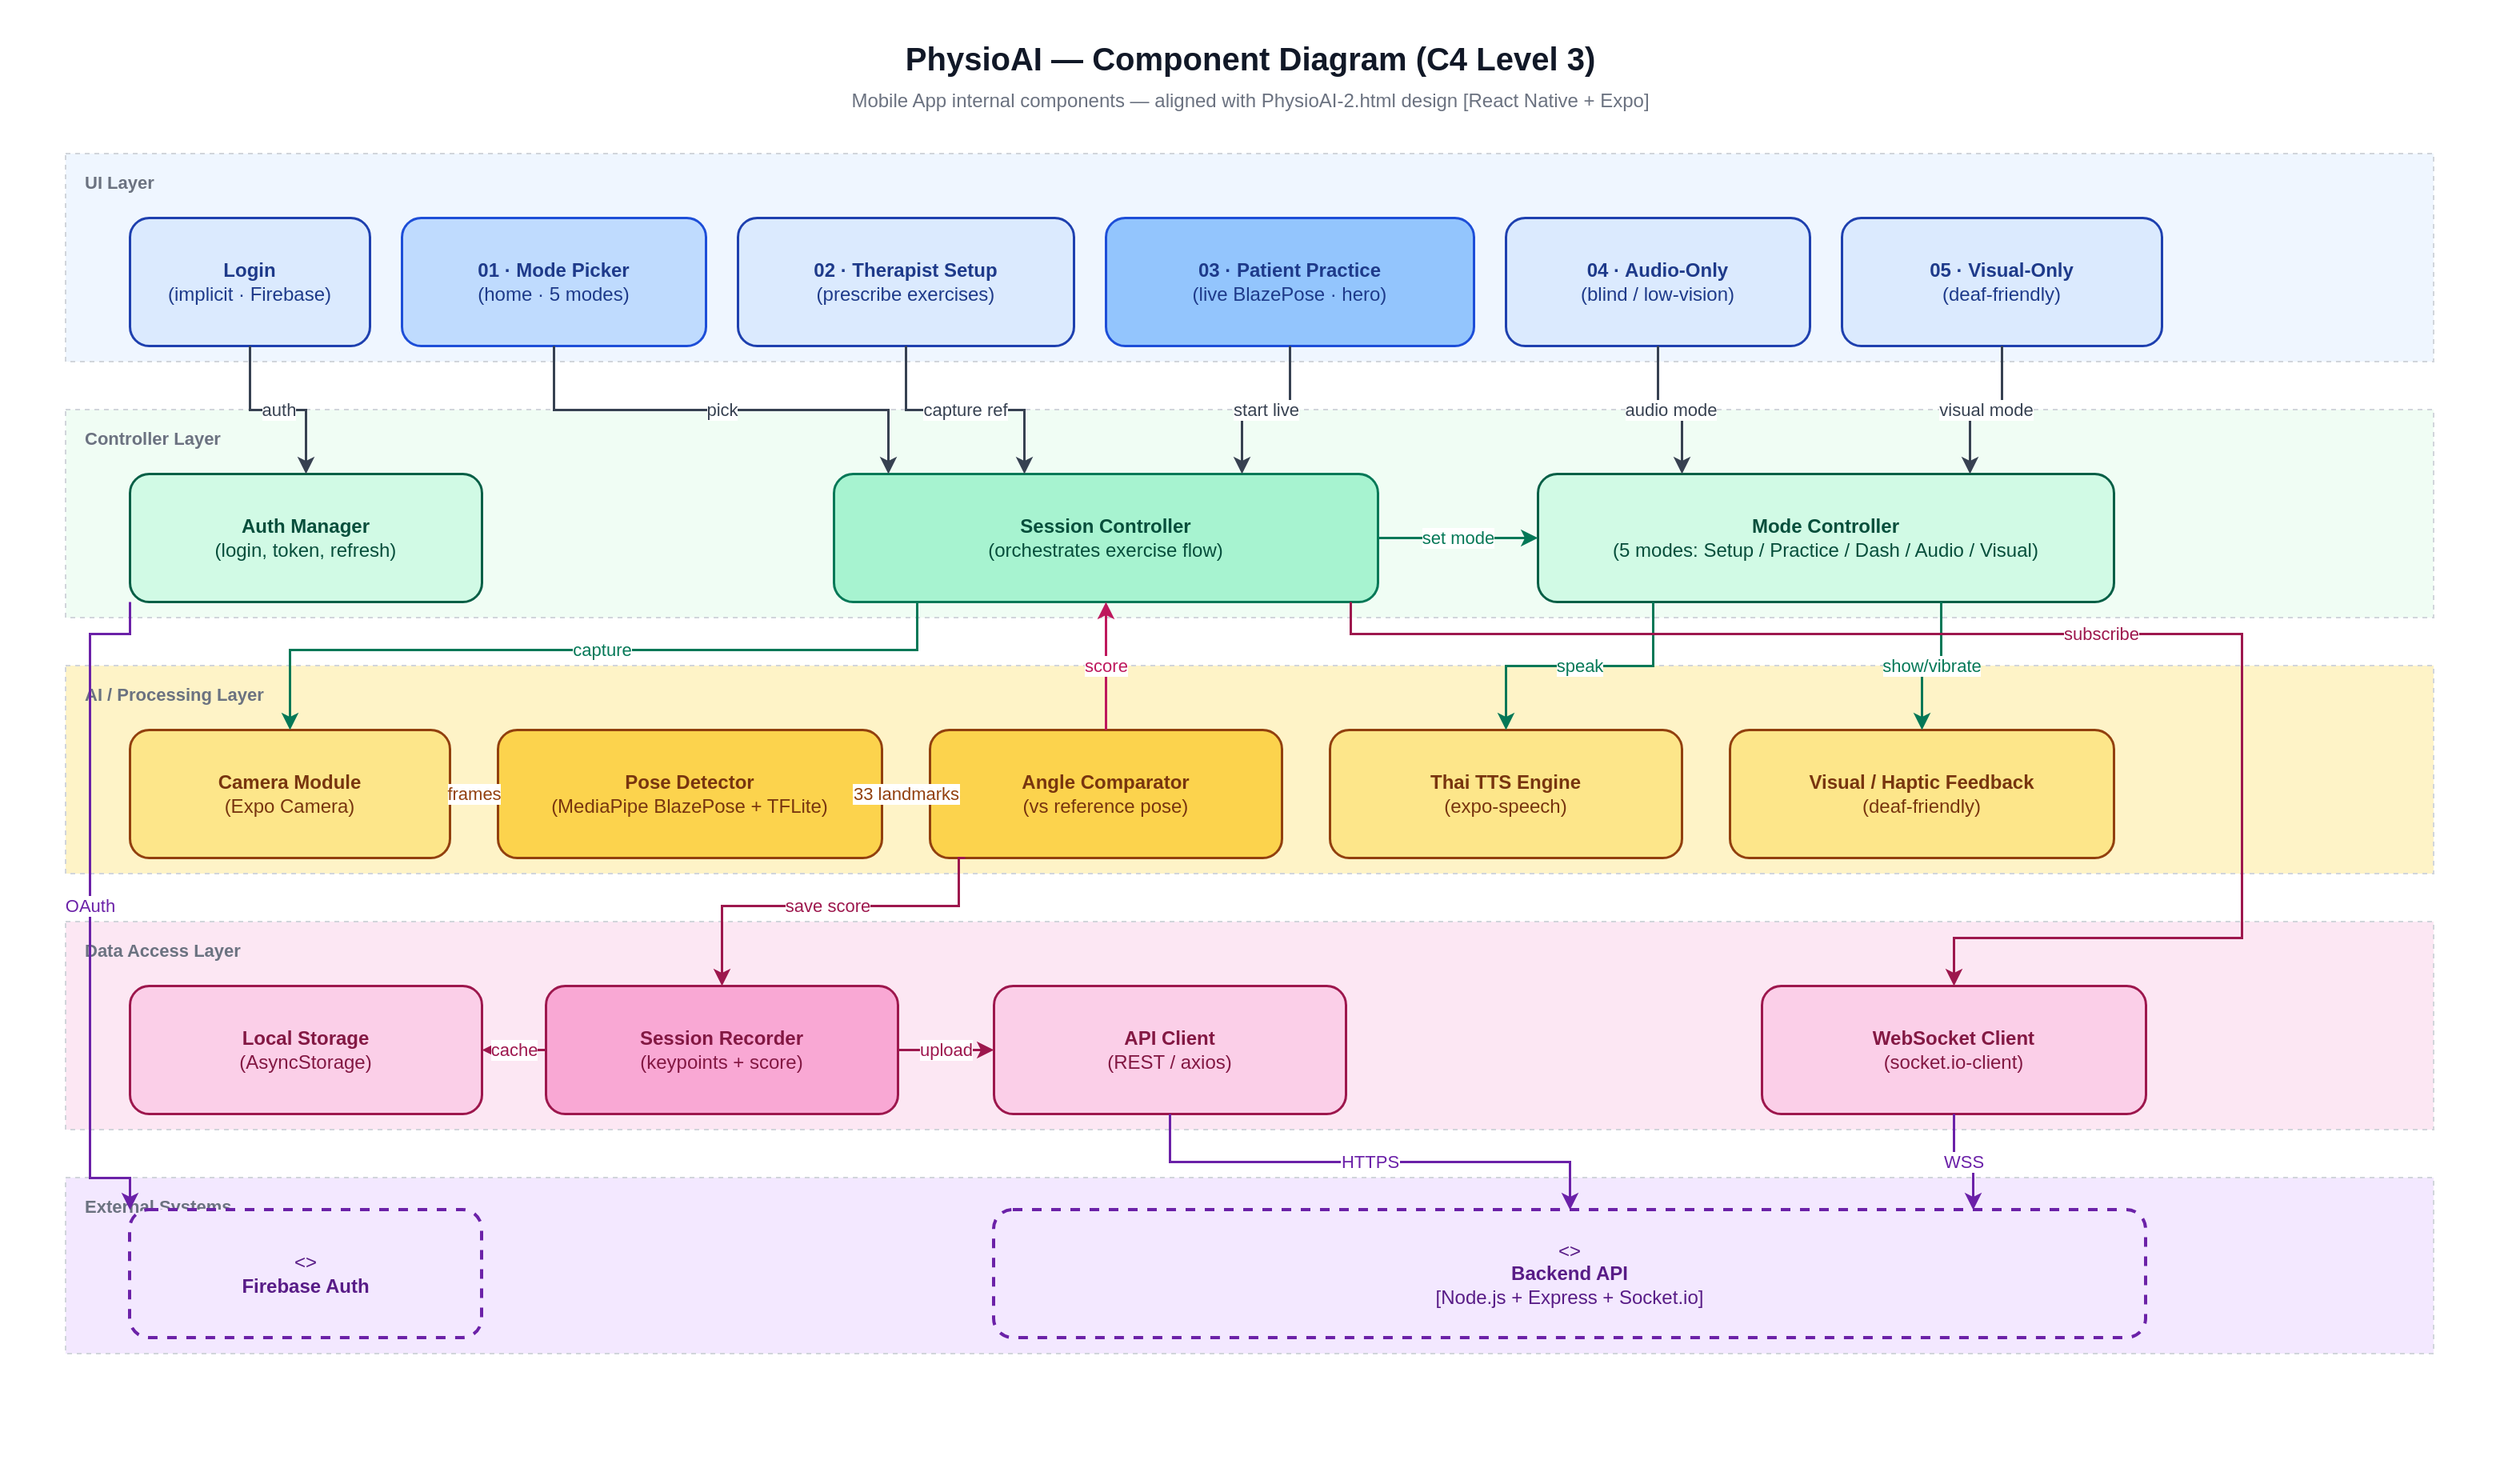
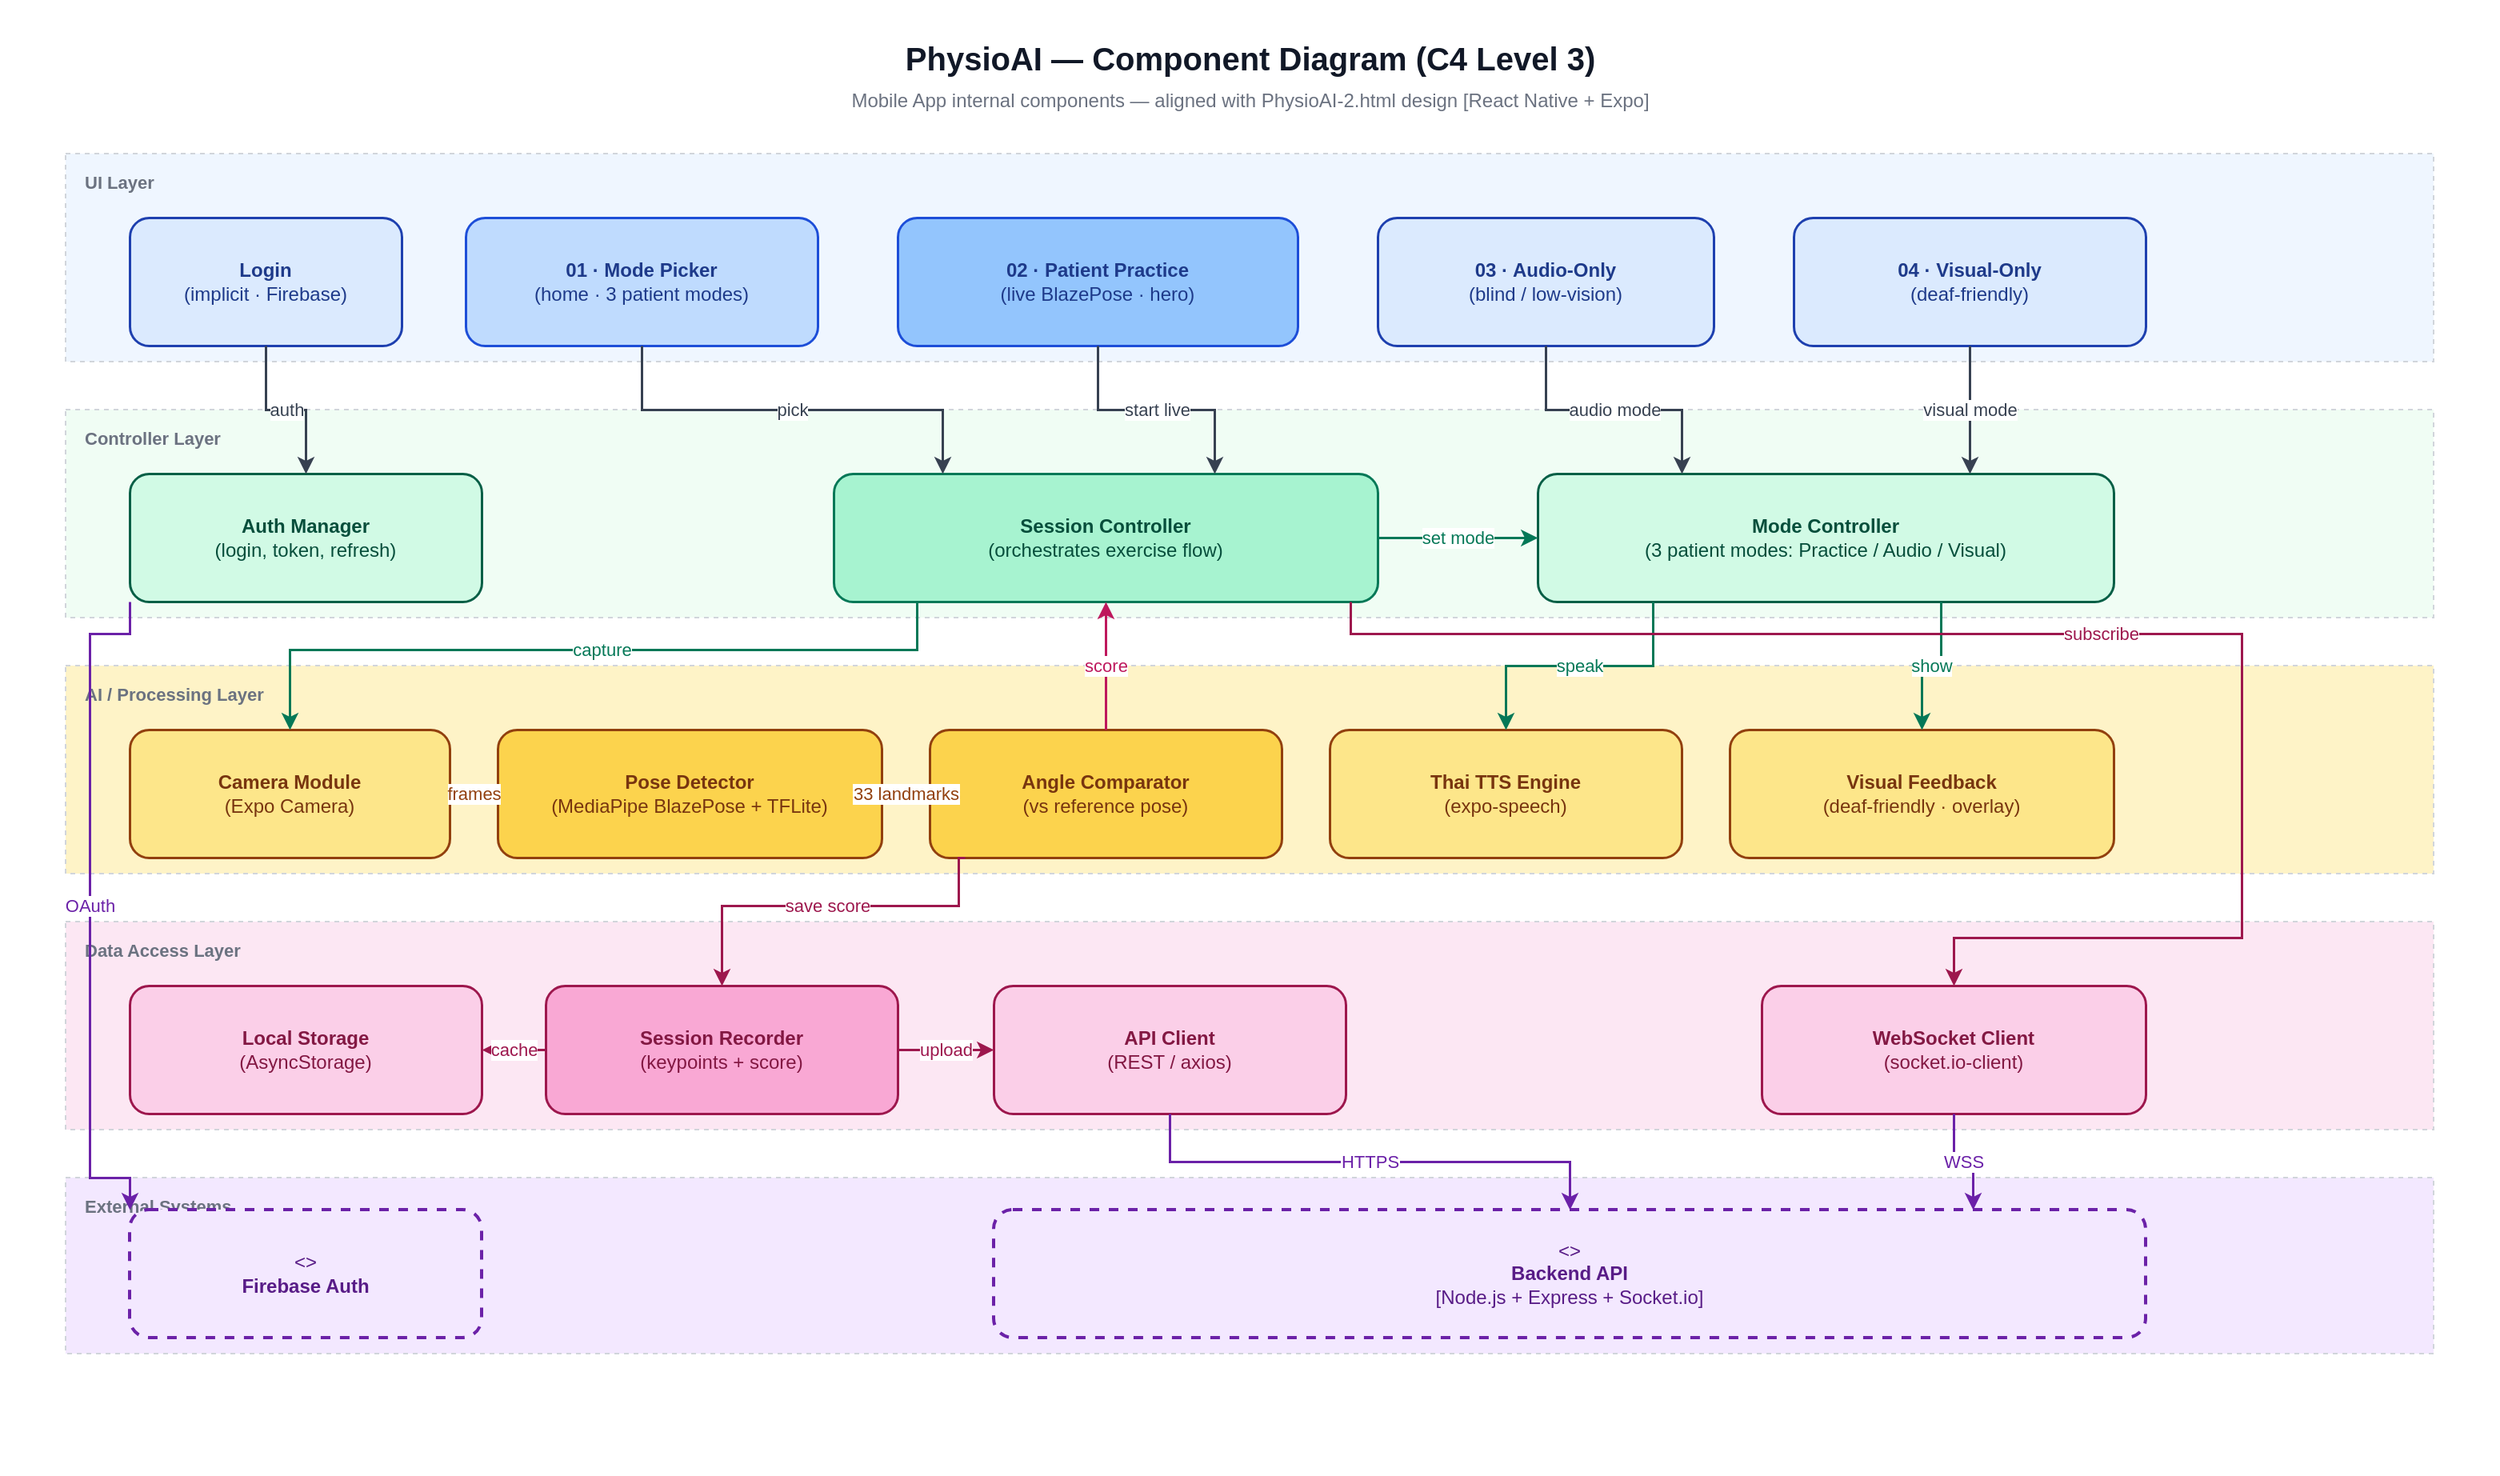
<?xml version="1.0" encoding="UTF-8"?>
<mxfile host="app.diagrams.net" modified="2026-04-20T00:00:00Z" agent="PhysioAI" version="22.0.0">
  <diagram id="PhysioAI-Component-MobileApp" name="PhysioAI-Component-MobileApp">
    <mxGraphModel dx="1560" dy="920" grid="1" gridSize="10" guides="1" tooltips="1" connect="1" arrows="1" fold="1" page="1" pageScale="1" pageWidth="1560" pageHeight="920" math="0" shadow="0" background="#FFFFFF">
      <root>
        <mxCell id="0" />
        <mxCell id="1" parent="0" />
        <mxCell id="2" value="" style="rounded=0;whiteSpace=wrap;html=1;fillColor=#FFFFFF;strokeColor=#FFFFFF;" vertex="1" parent="1">
          <mxGeometry x="0" y="0" width="1560" height="920" as="geometry" />
        </mxCell>
        <mxCell id="3" value="PhysioAI — Component Diagram (C4 Level 3)" style="text;html=1;strokeColor=none;fillColor=none;align=center;verticalAlign=middle;fontSize=20;fontStyle=1;fontColor=#111827;" vertex="1" parent="1">
          <mxGeometry x="180" y="20" width="1200" height="30" as="geometry" />
        </mxCell>
        <mxCell id="4" value="Mobile App internal components — aligned with PhysioAI-2.html design [React Native + Expo]" style="text;html=1;strokeColor=none;fillColor=none;align=center;verticalAlign=middle;fontSize=12;fontColor=#6B7280;" vertex="1" parent="1">
          <mxGeometry x="180" y="52" width="1200" height="20" as="geometry" />
        </mxCell>
        <mxCell id="5" value="UI Layer" style="rounded=0;whiteSpace=wrap;html=1;fillColor=#EFF6FF;strokeColor=#D1D5DB;strokeWidth=1;dashed=1;fontSize=11;fontStyle=1;fontColor=#6B7280;align=left;verticalAlign=top;spacingLeft=10;spacingTop=5;" vertex="1" parent="1">
          <mxGeometry x="40" y="95" width="1480" height="130" as="geometry" />
        </mxCell>
        <mxCell id="6" value="Controller Layer" style="rounded=0;whiteSpace=wrap;html=1;fillColor=#F0FDF4;strokeColor=#D1D5DB;strokeWidth=1;dashed=1;fontSize=11;fontStyle=1;fontColor=#6B7280;align=left;verticalAlign=top;spacingLeft=10;spacingTop=5;" vertex="1" parent="1">
          <mxGeometry x="40" y="255" width="1480" height="130" as="geometry" />
        </mxCell>
        <mxCell id="7" value="AI / Processing Layer" style="rounded=0;whiteSpace=wrap;html=1;fillColor=#FEF3C7;strokeColor=#D1D5DB;strokeWidth=1;dashed=1;fontSize=11;fontStyle=1;fontColor=#6B7280;align=left;verticalAlign=top;spacingLeft=10;spacingTop=5;" vertex="1" parent="1">
          <mxGeometry x="40" y="415" width="1480" height="130" as="geometry" />
        </mxCell>
        <mxCell id="8" value="Data Access Layer" style="rounded=0;whiteSpace=wrap;html=1;fillColor=#FCE7F3;strokeColor=#D1D5DB;strokeWidth=1;dashed=1;fontSize=11;fontStyle=1;fontColor=#6B7280;align=left;verticalAlign=top;spacingLeft=10;spacingTop=5;" vertex="1" parent="1">
          <mxGeometry x="40" y="575" width="1480" height="130" as="geometry" />
        </mxCell>
        <mxCell id="9" value="External Systems" style="rounded=0;whiteSpace=wrap;html=1;fillColor=#F3E8FF;strokeColor=#D1D5DB;strokeWidth=1;dashed=1;fontSize=11;fontStyle=1;fontColor=#6B7280;align=left;verticalAlign=top;spacingLeft=10;spacingTop=5;" vertex="1" parent="1">
          <mxGeometry x="40" y="735" width="1480" height="110" as="geometry" />
        </mxCell>
        <mxCell id="10" value="&lt;b&gt;Login&lt;/b&gt;&lt;br&gt;(implicit · Firebase)" style="rounded=1;whiteSpace=wrap;html=1;fillColor=#DBEAFE;strokeColor=#1E40AF;strokeWidth=1.5;fontSize=12;fontColor=#1E3A8A;align=center;verticalAlign=middle;" vertex="1" parent="1">
-           <mxGeometry x="80" y="135" width="150" height="80" as="geometry" />
+           <mxGeometry x="80" y="135" width="170" height="80" as="geometry" />
        </mxCell>
-         <mxCell id="11" value="&lt;b&gt;01 · Mode Picker&lt;/b&gt;&lt;br&gt;(home · 5 modes)" style="rounded=1;whiteSpace=wrap;html=1;fillColor=#BFDBFE;strokeColor=#1D4ED8;strokeWidth=1.5;fontSize=12;fontColor=#1E3A8A;align=center;verticalAlign=middle;" vertex="1" parent="1">
-           <mxGeometry x="250" y="135" width="190" height="80" as="geometry" />
+         <mxCell id="11" value="&lt;b&gt;01 · Mode Picker&lt;/b&gt;&lt;br&gt;(home · 3 patient modes)" style="rounded=1;whiteSpace=wrap;html=1;fillColor=#BFDBFE;strokeColor=#1D4ED8;strokeWidth=1.5;fontSize=12;fontColor=#1E3A8A;align=center;verticalAlign=middle;" vertex="1" parent="1">
+           <mxGeometry x="290" y="135" width="220" height="80" as="geometry" />
        </mxCell>
-         <mxCell id="12" value="&lt;b&gt;02 · Therapist Setup&lt;/b&gt;&lt;br&gt;(prescribe exercises)" style="rounded=1;whiteSpace=wrap;html=1;fillColor=#DBEAFE;strokeColor=#1E40AF;strokeWidth=1.5;fontSize=12;fontColor=#1E3A8A;align=center;verticalAlign=middle;" vertex="1" parent="1">
-           <mxGeometry x="460" y="135" width="210" height="80" as="geometry" />
+         <mxCell id="12" value="&lt;b&gt;02 · Patient Practice&lt;/b&gt;&lt;br&gt;(live BlazePose · hero)" style="rounded=1;whiteSpace=wrap;html=1;fillColor=#93C5FD;strokeColor=#1D4ED8;strokeWidth=1.5;fontSize=12;fontColor=#1E3A8A;align=center;verticalAlign=middle;" vertex="1" parent="1">
+           <mxGeometry x="560" y="135" width="250" height="80" as="geometry" />
        </mxCell>
-         <mxCell id="13" value="&lt;b&gt;03 · Patient Practice&lt;/b&gt;&lt;br&gt;(live BlazePose · hero)" style="rounded=1;whiteSpace=wrap;html=1;fillColor=#93C5FD;strokeColor=#1D4ED8;strokeWidth=1.5;fontSize=12;fontColor=#1E3A8A;align=center;verticalAlign=middle;" vertex="1" parent="1">
-           <mxGeometry x="690" y="135" width="230" height="80" as="geometry" />
+         <mxCell id="13" value="&lt;b&gt;03 · Audio-Only&lt;/b&gt;&lt;br&gt;(blind / low-vision)" style="rounded=1;whiteSpace=wrap;html=1;fillColor=#DBEAFE;strokeColor=#1E40AF;strokeWidth=1.5;fontSize=12;fontColor=#1E3A8A;align=center;verticalAlign=middle;" vertex="1" parent="1">
+           <mxGeometry x="860" y="135" width="210" height="80" as="geometry" />
        </mxCell>
-         <mxCell id="14" value="&lt;b&gt;04 · Audio-Only&lt;/b&gt;&lt;br&gt;(blind / low-vision)" style="rounded=1;whiteSpace=wrap;html=1;fillColor=#DBEAFE;strokeColor=#1E40AF;strokeWidth=1.5;fontSize=12;fontColor=#1E3A8A;align=center;verticalAlign=middle;" vertex="1" parent="1">
-           <mxGeometry x="940" y="135" width="190" height="80" as="geometry" />
+         <mxCell id="14" value="&lt;b&gt;04 · Visual-Only&lt;/b&gt;&lt;br&gt;(deaf-friendly)" style="rounded=1;whiteSpace=wrap;html=1;fillColor=#DBEAFE;strokeColor=#1E40AF;strokeWidth=1.5;fontSize=12;fontColor=#1E3A8A;align=center;verticalAlign=middle;" vertex="1" parent="1">
+           <mxGeometry x="1120" y="135" width="220" height="80" as="geometry" />
        </mxCell>
-         <mxCell id="15" value="&lt;b&gt;05 · Visual-Only&lt;/b&gt;&lt;br&gt;(deaf-friendly)" style="rounded=1;whiteSpace=wrap;html=1;fillColor=#DBEAFE;strokeColor=#1E40AF;strokeWidth=1.5;fontSize=12;fontColor=#1E3A8A;align=center;verticalAlign=middle;" vertex="1" parent="1">
-           <mxGeometry x="1150" y="135" width="200" height="80" as="geometry" />
-         </mxCell>
-         <mxCell id="16" value="&lt;b&gt;Auth Manager&lt;/b&gt;&lt;br&gt;(login, token, refresh)" style="rounded=1;whiteSpace=wrap;html=1;fillColor=#D1FAE5;strokeColor=#065F46;strokeWidth=1.5;fontSize=12;fontColor=#064E3B;align=center;verticalAlign=middle;" vertex="1" parent="1">
+         <mxCell id="15" value="&lt;b&gt;Auth Manager&lt;/b&gt;&lt;br&gt;(login, token, refresh)" style="rounded=1;whiteSpace=wrap;html=1;fillColor=#D1FAE5;strokeColor=#065F46;strokeWidth=1.5;fontSize=12;fontColor=#064E3B;align=center;verticalAlign=middle;" vertex="1" parent="1">
          <mxGeometry x="80" y="295" width="220" height="80" as="geometry" />
        </mxCell>
-         <mxCell id="17" value="&lt;b&gt;Session Controller&lt;/b&gt;&lt;br&gt;(orchestrates exercise flow)" style="rounded=1;whiteSpace=wrap;html=1;fillColor=#A7F3D0;strokeColor=#047857;strokeWidth=1.5;fontSize=12;fontColor=#064E3B;align=center;verticalAlign=middle;" vertex="1" parent="1">
+         <mxCell id="16" value="&lt;b&gt;Session Controller&lt;/b&gt;&lt;br&gt;(orchestrates exercise flow)" style="rounded=1;whiteSpace=wrap;html=1;fillColor=#A7F3D0;strokeColor=#047857;strokeWidth=1.5;fontSize=12;fontColor=#064E3B;align=center;verticalAlign=middle;" vertex="1" parent="1">
          <mxGeometry x="520" y="295" width="340" height="80" as="geometry" />
        </mxCell>
-         <mxCell id="18" value="&lt;b&gt;Mode Controller&lt;/b&gt;&lt;br&gt;(5 modes: Setup / Practice / Dash / Audio / Visual)" style="rounded=1;whiteSpace=wrap;html=1;fillColor=#D1FAE5;strokeColor=#065F46;strokeWidth=1.5;fontSize=12;fontColor=#064E3B;align=center;verticalAlign=middle;" vertex="1" parent="1">
+         <mxCell id="17" value="&lt;b&gt;Mode Controller&lt;/b&gt;&lt;br&gt;(3 patient modes: Practice / Audio / Visual)" style="rounded=1;whiteSpace=wrap;html=1;fillColor=#D1FAE5;strokeColor=#065F46;strokeWidth=1.5;fontSize=12;fontColor=#064E3B;align=center;verticalAlign=middle;" vertex="1" parent="1">
          <mxGeometry x="960" y="295" width="360" height="80" as="geometry" />
        </mxCell>
-         <mxCell id="19" value="&lt;b&gt;Camera Module&lt;/b&gt;&lt;br&gt;(Expo Camera)" style="rounded=1;whiteSpace=wrap;html=1;fillColor=#FDE68A;strokeColor=#92400E;strokeWidth=1.5;fontSize=12;fontColor=#78350F;align=center;verticalAlign=middle;" vertex="1" parent="1">
+         <mxCell id="18" value="&lt;b&gt;Camera Module&lt;/b&gt;&lt;br&gt;(Expo Camera)" style="rounded=1;whiteSpace=wrap;html=1;fillColor=#FDE68A;strokeColor=#92400E;strokeWidth=1.5;fontSize=12;fontColor=#78350F;align=center;verticalAlign=middle;" vertex="1" parent="1">
          <mxGeometry x="80" y="455" width="200" height="80" as="geometry" />
        </mxCell>
-         <mxCell id="20" value="&lt;b&gt;Pose Detector&lt;/b&gt;&lt;br&gt;(MediaPipe BlazePose + TFLite)" style="rounded=1;whiteSpace=wrap;html=1;fillColor=#FCD34D;strokeColor=#92400E;strokeWidth=1.5;fontSize=12;fontColor=#78350F;align=center;verticalAlign=middle;" vertex="1" parent="1">
+         <mxCell id="19" value="&lt;b&gt;Pose Detector&lt;/b&gt;&lt;br&gt;(MediaPipe BlazePose + TFLite)" style="rounded=1;whiteSpace=wrap;html=1;fillColor=#FCD34D;strokeColor=#92400E;strokeWidth=1.5;fontSize=12;fontColor=#78350F;align=center;verticalAlign=middle;" vertex="1" parent="1">
          <mxGeometry x="310" y="455" width="240" height="80" as="geometry" />
        </mxCell>
-         <mxCell id="21" value="&lt;b&gt;Angle Comparator&lt;/b&gt;&lt;br&gt;(vs reference pose)" style="rounded=1;whiteSpace=wrap;html=1;fillColor=#FCD34D;strokeColor=#92400E;strokeWidth=1.5;fontSize=12;fontColor=#78350F;align=center;verticalAlign=middle;" vertex="1" parent="1">
+         <mxCell id="20" value="&lt;b&gt;Angle Comparator&lt;/b&gt;&lt;br&gt;(vs reference pose)" style="rounded=1;whiteSpace=wrap;html=1;fillColor=#FCD34D;strokeColor=#92400E;strokeWidth=1.5;fontSize=12;fontColor=#78350F;align=center;verticalAlign=middle;" vertex="1" parent="1">
          <mxGeometry x="580" y="455" width="220" height="80" as="geometry" />
        </mxCell>
-         <mxCell id="22" value="&lt;b&gt;Thai TTS Engine&lt;/b&gt;&lt;br&gt;(expo-speech)" style="rounded=1;whiteSpace=wrap;html=1;fillColor=#FDE68A;strokeColor=#92400E;strokeWidth=1.5;fontSize=12;fontColor=#78350F;align=center;verticalAlign=middle;" vertex="1" parent="1">
+         <mxCell id="21" value="&lt;b&gt;Thai TTS Engine&lt;/b&gt;&lt;br&gt;(expo-speech)" style="rounded=1;whiteSpace=wrap;html=1;fillColor=#FDE68A;strokeColor=#92400E;strokeWidth=1.5;fontSize=12;fontColor=#78350F;align=center;verticalAlign=middle;" vertex="1" parent="1">
          <mxGeometry x="830" y="455" width="220" height="80" as="geometry" />
        </mxCell>
-         <mxCell id="23" value="&lt;b&gt;Visual / Haptic Feedback&lt;/b&gt;&lt;br&gt;(deaf-friendly)" style="rounded=1;whiteSpace=wrap;html=1;fillColor=#FDE68A;strokeColor=#92400E;strokeWidth=1.5;fontSize=12;fontColor=#78350F;align=center;verticalAlign=middle;" vertex="1" parent="1">
+         <mxCell id="22" value="&lt;b&gt;Visual Feedback&lt;/b&gt;&lt;br&gt;(deaf-friendly · overlay)" style="rounded=1;whiteSpace=wrap;html=1;fillColor=#FDE68A;strokeColor=#92400E;strokeWidth=1.5;fontSize=12;fontColor=#78350F;align=center;verticalAlign=middle;" vertex="1" parent="1">
          <mxGeometry x="1080" y="455" width="240" height="80" as="geometry" />
        </mxCell>
-         <mxCell id="24" value="&lt;b&gt;Local Storage&lt;/b&gt;&lt;br&gt;(AsyncStorage)" style="rounded=1;whiteSpace=wrap;html=1;fillColor=#FBCFE8;strokeColor=#9D174D;strokeWidth=1.5;fontSize=12;fontColor=#831843;align=center;verticalAlign=middle;" vertex="1" parent="1">
+         <mxCell id="23" value="&lt;b&gt;Local Storage&lt;/b&gt;&lt;br&gt;(AsyncStorage)" style="rounded=1;whiteSpace=wrap;html=1;fillColor=#FBCFE8;strokeColor=#9D174D;strokeWidth=1.5;fontSize=12;fontColor=#831843;align=center;verticalAlign=middle;" vertex="1" parent="1">
          <mxGeometry x="80" y="615" width="220" height="80" as="geometry" />
        </mxCell>
-         <mxCell id="25" value="&lt;b&gt;Session Recorder&lt;/b&gt;&lt;br&gt;(keypoints + score)" style="rounded=1;whiteSpace=wrap;html=1;fillColor=#F9A8D4;strokeColor=#9D174D;strokeWidth=1.5;fontSize=12;fontColor=#831843;align=center;verticalAlign=middle;" vertex="1" parent="1">
+         <mxCell id="24" value="&lt;b&gt;Session Recorder&lt;/b&gt;&lt;br&gt;(keypoints + score)" style="rounded=1;whiteSpace=wrap;html=1;fillColor=#F9A8D4;strokeColor=#9D174D;strokeWidth=1.5;fontSize=12;fontColor=#831843;align=center;verticalAlign=middle;" vertex="1" parent="1">
          <mxGeometry x="340" y="615" width="220" height="80" as="geometry" />
        </mxCell>
-         <mxCell id="26" value="&lt;b&gt;API Client&lt;/b&gt;&lt;br&gt;(REST / axios)" style="rounded=1;whiteSpace=wrap;html=1;fillColor=#FBCFE8;strokeColor=#9D174D;strokeWidth=1.5;fontSize=12;fontColor=#831843;align=center;verticalAlign=middle;" vertex="1" parent="1">
+         <mxCell id="25" value="&lt;b&gt;API Client&lt;/b&gt;&lt;br&gt;(REST / axios)" style="rounded=1;whiteSpace=wrap;html=1;fillColor=#FBCFE8;strokeColor=#9D174D;strokeWidth=1.5;fontSize=12;fontColor=#831843;align=center;verticalAlign=middle;" vertex="1" parent="1">
          <mxGeometry x="620" y="615" width="220" height="80" as="geometry" />
        </mxCell>
-         <mxCell id="27" value="&lt;b&gt;WebSocket Client&lt;/b&gt;&lt;br&gt;(socket.io-client)" style="rounded=1;whiteSpace=wrap;html=1;fillColor=#FBCFE8;strokeColor=#9D174D;strokeWidth=1.5;fontSize=12;fontColor=#831843;align=center;verticalAlign=middle;" vertex="1" parent="1">
+         <mxCell id="26" value="&lt;b&gt;WebSocket Client&lt;/b&gt;&lt;br&gt;(socket.io-client)" style="rounded=1;whiteSpace=wrap;html=1;fillColor=#FBCFE8;strokeColor=#9D174D;strokeWidth=1.5;fontSize=12;fontColor=#831843;align=center;verticalAlign=middle;" vertex="1" parent="1">
          <mxGeometry x="1100" y="615" width="240" height="80" as="geometry" />
        </mxCell>
-         <mxCell id="28" value="&lt;&lt;External&gt;&gt;&lt;br&gt;&lt;b&gt;Firebase Auth&lt;/b&gt;" style="rounded=1;whiteSpace=wrap;html=1;fillColor=#F3E8FF;strokeColor=#6B21A8;strokeWidth=2;dashed=1;fontSize=12;fontColor=#581C87;align=center;verticalAlign=middle;" vertex="1" parent="1">
+         <mxCell id="27" value="&lt;&lt;External&gt;&gt;&lt;br&gt;&lt;b&gt;Firebase Auth&lt;/b&gt;" style="rounded=1;whiteSpace=wrap;html=1;fillColor=#F3E8FF;strokeColor=#6B21A8;strokeWidth=2;dashed=1;fontSize=12;fontColor=#581C87;align=center;verticalAlign=middle;" vertex="1" parent="1">
          <mxGeometry x="80" y="755" width="220" height="80" as="geometry" />
        </mxCell>
-         <mxCell id="29" value="&lt;&lt;External&gt;&gt;&lt;br&gt;&lt;b&gt;Backend API&lt;/b&gt;&lt;br&gt;[Node.js + Express + Socket.io]" style="rounded=1;whiteSpace=wrap;html=1;fillColor=#F3E8FF;strokeColor=#6B21A8;strokeWidth=2;dashed=1;fontSize=12;fontColor=#581C87;align=center;verticalAlign=middle;" vertex="1" parent="1">
+         <mxCell id="28" value="&lt;&lt;External&gt;&gt;&lt;br&gt;&lt;b&gt;Backend API&lt;/b&gt;&lt;br&gt;[Node.js + Express + Socket.io]" style="rounded=1;whiteSpace=wrap;html=1;fillColor=#F3E8FF;strokeColor=#6B21A8;strokeWidth=2;dashed=1;fontSize=12;fontColor=#581C87;align=center;verticalAlign=middle;" vertex="1" parent="1">
          <mxGeometry x="620" y="755" width="720" height="80" as="geometry" />
        </mxCell>
-         <mxCell id="30" value="auth" style="endArrow=classic;html=1;rounded=0;edgeStyle=orthogonalEdgeStyle;strokeColor=#374151;strokeWidth=1.5;fontSize=11;fontColor=#374151;labelBackgroundColor=#FFFFFF;jettySize=auto;orthogonalLoop=1;exitX=0.5;exitY=1;exitDx=0;exitDy=0;entryX=0.5;entryY=0;entryDx=0;entryDy=0;" edge="1" parent="1" source="10" target="16">
+         <mxCell id="29" value="auth" style="endArrow=classic;html=1;rounded=0;edgeStyle=orthogonalEdgeStyle;strokeColor=#374151;strokeWidth=1.5;fontSize=11;fontColor=#374151;labelBackgroundColor=#FFFFFF;jettySize=auto;orthogonalLoop=1;exitX=0.5;exitY=1;exitDx=0;exitDy=0;entryX=0.5;entryY=0;entryDx=0;entryDy=0;" edge="1" parent="1" source="10" target="15">
          <mxGeometry relative="1" as="geometry" />
        </mxCell>
-         <mxCell id="31" value="pick" style="endArrow=classic;html=1;rounded=0;edgeStyle=orthogonalEdgeStyle;strokeColor=#374151;strokeWidth=1.5;fontSize=11;fontColor=#374151;labelBackgroundColor=#FFFFFF;jettySize=auto;orthogonalLoop=1;exitX=0.5;exitY=1;exitDx=0;exitDy=0;entryX=0.1;entryY=0;entryDx=0;entryDy=0;" edge="1" parent="1" source="11" target="17">
+         <mxCell id="30" value="pick" style="endArrow=classic;html=1;rounded=0;edgeStyle=orthogonalEdgeStyle;strokeColor=#374151;strokeWidth=1.5;fontSize=11;fontColor=#374151;labelBackgroundColor=#FFFFFF;jettySize=auto;orthogonalLoop=1;exitX=0.5;exitY=1;exitDx=0;exitDy=0;entryX=0.2;entryY=0;entryDx=0;entryDy=0;" edge="1" parent="1" source="11" target="16">
          <mxGeometry relative="1" as="geometry" />
        </mxCell>
-         <mxCell id="32" value="capture ref" style="endArrow=classic;html=1;rounded=0;edgeStyle=orthogonalEdgeStyle;strokeColor=#374151;strokeWidth=1.5;fontSize=11;fontColor=#374151;labelBackgroundColor=#FFFFFF;jettySize=auto;orthogonalLoop=1;exitX=0.5;exitY=1;exitDx=0;exitDy=0;entryX=0.35;entryY=0;entryDx=0;entryDy=0;" edge="1" parent="1" source="12" target="17">
+         <mxCell id="31" value="start live" style="endArrow=classic;html=1;rounded=0;edgeStyle=orthogonalEdgeStyle;strokeColor=#374151;strokeWidth=1.5;fontSize=11;fontColor=#374151;labelBackgroundColor=#FFFFFF;jettySize=auto;orthogonalLoop=1;exitX=0.5;exitY=1;exitDx=0;exitDy=0;entryX=0.7;entryY=0;entryDx=0;entryDy=0;" edge="1" parent="1" source="12" target="16">
          <mxGeometry relative="1" as="geometry" />
        </mxCell>
-         <mxCell id="33" value="start live" style="endArrow=classic;html=1;rounded=0;edgeStyle=orthogonalEdgeStyle;strokeColor=#374151;strokeWidth=1.5;fontSize=11;fontColor=#374151;labelBackgroundColor=#FFFFFF;jettySize=auto;orthogonalLoop=1;exitX=0.5;exitY=1;exitDx=0;exitDy=0;entryX=0.75;entryY=0;entryDx=0;entryDy=0;" edge="1" parent="1" source="13" target="17">
+         <mxCell id="32" value="audio mode" style="endArrow=classic;html=1;rounded=0;edgeStyle=orthogonalEdgeStyle;strokeColor=#374151;strokeWidth=1.5;fontSize=11;fontColor=#374151;labelBackgroundColor=#FFFFFF;jettySize=auto;orthogonalLoop=1;exitX=0.5;exitY=1;exitDx=0;exitDy=0;entryX=0.25;entryY=0;entryDx=0;entryDy=0;" edge="1" parent="1" source="13" target="17">
          <mxGeometry relative="1" as="geometry" />
        </mxCell>
-         <mxCell id="34" value="audio mode" style="endArrow=classic;html=1;rounded=0;edgeStyle=orthogonalEdgeStyle;strokeColor=#374151;strokeWidth=1.5;fontSize=11;fontColor=#374151;labelBackgroundColor=#FFFFFF;jettySize=auto;orthogonalLoop=1;exitX=0.5;exitY=1;exitDx=0;exitDy=0;entryX=0.25;entryY=0;entryDx=0;entryDy=0;" edge="1" parent="1" source="14" target="18">
+         <mxCell id="33" value="visual mode" style="endArrow=classic;html=1;rounded=0;edgeStyle=orthogonalEdgeStyle;strokeColor=#374151;strokeWidth=1.5;fontSize=11;fontColor=#374151;labelBackgroundColor=#FFFFFF;jettySize=auto;orthogonalLoop=1;exitX=0.5;exitY=1;exitDx=0;exitDy=0;entryX=0.75;entryY=0;entryDx=0;entryDy=0;" edge="1" parent="1" source="14" target="17">
          <mxGeometry relative="1" as="geometry" />
        </mxCell>
-         <mxCell id="35" value="visual mode" style="endArrow=classic;html=1;rounded=0;edgeStyle=orthogonalEdgeStyle;strokeColor=#374151;strokeWidth=1.5;fontSize=11;fontColor=#374151;labelBackgroundColor=#FFFFFF;jettySize=auto;orthogonalLoop=1;exitX=0.5;exitY=1;exitDx=0;exitDy=0;entryX=0.75;entryY=0;entryDx=0;entryDy=0;" edge="1" parent="1" source="15" target="18">
-           <mxGeometry relative="1" as="geometry" />
-         </mxCell>
-         <mxCell id="36" value="capture" style="endArrow=classic;html=1;rounded=0;edgeStyle=orthogonalEdgeStyle;strokeColor=#047857;strokeWidth=1.5;fontSize=11;fontColor=#047857;labelBackgroundColor=#FFFFFF;jettySize=auto;orthogonalLoop=1;exitX=0.1;exitY=1;exitDx=0;exitDy=0;entryX=0.5;entryY=0;entryDx=0;entryDy=0;" edge="1" parent="1" source="17" target="19">
+         <mxCell id="34" value="capture" style="endArrow=classic;html=1;rounded=0;edgeStyle=orthogonalEdgeStyle;strokeColor=#047857;strokeWidth=1.5;fontSize=11;fontColor=#047857;labelBackgroundColor=#FFFFFF;jettySize=auto;orthogonalLoop=1;exitX=0.1;exitY=1;exitDx=0;exitDy=0;entryX=0.5;entryY=0;entryDx=0;entryDy=0;" edge="1" parent="1" source="16" target="18">
          <mxGeometry relative="1" as="geometry">
            <Array as="points"><mxPoint x="572" y="405" /><mxPoint x="180" y="405" /></Array>
          </mxGeometry>
        </mxCell>
-         <mxCell id="37" value="frames" style="endArrow=classic;html=1;rounded=0;edgeStyle=orthogonalEdgeStyle;strokeColor=#92400E;strokeWidth=1.5;fontSize=11;fontColor=#92400E;labelBackgroundColor=#FFFFFF;jettySize=auto;orthogonalLoop=1;exitX=1;exitY=0.5;exitDx=0;exitDy=0;entryX=0;entryY=0.5;entryDx=0;entryDy=0;" edge="1" parent="1" source="19" target="20">
+         <mxCell id="35" value="frames" style="endArrow=classic;html=1;rounded=0;edgeStyle=orthogonalEdgeStyle;strokeColor=#92400E;strokeWidth=1.5;fontSize=11;fontColor=#92400E;labelBackgroundColor=#FFFFFF;jettySize=auto;orthogonalLoop=1;exitX=1;exitY=0.5;exitDx=0;exitDy=0;entryX=0;entryY=0.5;entryDx=0;entryDy=0;" edge="1" parent="1" source="18" target="19">
          <mxGeometry relative="1" as="geometry" />
        </mxCell>
-         <mxCell id="38" value="33 landmarks" style="endArrow=classic;html=1;rounded=0;edgeStyle=orthogonalEdgeStyle;strokeColor=#92400E;strokeWidth=1.5;fontSize=11;fontColor=#92400E;labelBackgroundColor=#FFFFFF;jettySize=auto;orthogonalLoop=1;exitX=1;exitY=0.5;exitDx=0;exitDy=0;entryX=0;entryY=0.5;entryDx=0;entryDy=0;" edge="1" parent="1" source="20" target="21">
+         <mxCell id="36" value="33 landmarks" style="endArrow=classic;html=1;rounded=0;edgeStyle=orthogonalEdgeStyle;strokeColor=#92400E;strokeWidth=1.5;fontSize=11;fontColor=#92400E;labelBackgroundColor=#FFFFFF;jettySize=auto;orthogonalLoop=1;exitX=1;exitY=0.5;exitDx=0;exitDy=0;entryX=0;entryY=0.5;entryDx=0;entryDy=0;" edge="1" parent="1" source="19" target="20">
          <mxGeometry relative="1" as="geometry" />
        </mxCell>
-         <mxCell id="39" value="score" style="endArrow=classic;html=1;rounded=0;edgeStyle=orthogonalEdgeStyle;strokeColor=#BE185D;strokeWidth=1.5;fontSize=11;fontColor=#BE185D;labelBackgroundColor=#FFFFFF;jettySize=auto;orthogonalLoop=1;exitX=0.5;exitY=0;exitDx=0;exitDy=0;entryX=0.5;entryY=1;entryDx=0;entryDy=0;" edge="1" parent="1" source="21" target="17">
+         <mxCell id="37" value="score" style="endArrow=classic;html=1;rounded=0;edgeStyle=orthogonalEdgeStyle;strokeColor=#BE185D;strokeWidth=1.5;fontSize=11;fontColor=#BE185D;labelBackgroundColor=#FFFFFF;jettySize=auto;orthogonalLoop=1;exitX=0.5;exitY=0;exitDx=0;exitDy=0;entryX=0.5;entryY=1;entryDx=0;entryDy=0;" edge="1" parent="1" source="20" target="16">
          <mxGeometry relative="1" as="geometry" />
        </mxCell>
-         <mxCell id="40" value="set mode" style="endArrow=classic;html=1;rounded=0;edgeStyle=orthogonalEdgeStyle;strokeColor=#047857;strokeWidth=1.5;fontSize=11;fontColor=#047857;labelBackgroundColor=#FFFFFF;jettySize=auto;orthogonalLoop=1;exitX=1;exitY=0.5;exitDx=0;exitDy=0;entryX=0;entryY=0.5;entryDx=0;entryDy=0;" edge="1" parent="1" source="17" target="18">
+         <mxCell id="38" value="set mode" style="endArrow=classic;html=1;rounded=0;edgeStyle=orthogonalEdgeStyle;strokeColor=#047857;strokeWidth=1.5;fontSize=11;fontColor=#047857;labelBackgroundColor=#FFFFFF;jettySize=auto;orthogonalLoop=1;exitX=1;exitY=0.5;exitDx=0;exitDy=0;entryX=0;entryY=0.5;entryDx=0;entryDy=0;" edge="1" parent="1" source="16" target="17">
          <mxGeometry relative="1" as="geometry" />
        </mxCell>
-         <mxCell id="41" value="speak" style="endArrow=classic;html=1;rounded=0;edgeStyle=orthogonalEdgeStyle;strokeColor=#047857;strokeWidth=1.5;fontSize=11;fontColor=#047857;labelBackgroundColor=#FFFFFF;jettySize=auto;orthogonalLoop=1;exitX=0.2;exitY=1;exitDx=0;exitDy=0;entryX=0.5;entryY=0;entryDx=0;entryDy=0;" edge="1" parent="1" source="18" target="22">
+         <mxCell id="39" value="speak" style="endArrow=classic;html=1;rounded=0;edgeStyle=orthogonalEdgeStyle;strokeColor=#047857;strokeWidth=1.5;fontSize=11;fontColor=#047857;labelBackgroundColor=#FFFFFF;jettySize=auto;orthogonalLoop=1;exitX=0.2;exitY=1;exitDx=0;exitDy=0;entryX=0.5;entryY=0;entryDx=0;entryDy=0;" edge="1" parent="1" source="17" target="21">
          <mxGeometry relative="1" as="geometry" />
        </mxCell>
-         <mxCell id="42" value="show/vibrate" style="endArrow=classic;html=1;rounded=0;edgeStyle=orthogonalEdgeStyle;strokeColor=#047857;strokeWidth=1.5;fontSize=11;fontColor=#047857;labelBackgroundColor=#FFFFFF;jettySize=auto;orthogonalLoop=1;exitX=0.7;exitY=1;exitDx=0;exitDy=0;entryX=0.5;entryY=0;entryDx=0;entryDy=0;" edge="1" parent="1" source="18" target="23">
+         <mxCell id="40" value="show" style="endArrow=classic;html=1;rounded=0;edgeStyle=orthogonalEdgeStyle;strokeColor=#047857;strokeWidth=1.5;fontSize=11;fontColor=#047857;labelBackgroundColor=#FFFFFF;jettySize=auto;orthogonalLoop=1;exitX=0.7;exitY=1;exitDx=0;exitDy=0;entryX=0.5;entryY=0;entryDx=0;entryDy=0;" edge="1" parent="1" source="17" target="22">
          <mxGeometry relative="1" as="geometry" />
        </mxCell>
-         <mxCell id="43" value="save score" style="endArrow=classic;html=1;rounded=0;edgeStyle=orthogonalEdgeStyle;strokeColor=#9D174D;strokeWidth=1.5;fontSize=11;fontColor=#9D174D;labelBackgroundColor=#FFFFFF;jettySize=auto;orthogonalLoop=1;exitX=0.1;exitY=1;exitDx=0;exitDy=0;entryX=0.5;entryY=0;entryDx=0;entryDy=0;" edge="1" parent="1" source="21" target="25">
+         <mxCell id="41" value="save score" style="endArrow=classic;html=1;rounded=0;edgeStyle=orthogonalEdgeStyle;strokeColor=#9D174D;strokeWidth=1.5;fontSize=11;fontColor=#9D174D;labelBackgroundColor=#FFFFFF;jettySize=auto;orthogonalLoop=1;exitX=0.1;exitY=1;exitDx=0;exitDy=0;entryX=0.5;entryY=0;entryDx=0;entryDy=0;" edge="1" parent="1" source="20" target="24">
          <mxGeometry relative="1" as="geometry">
            <Array as="points"><mxPoint x="598" y="565" /><mxPoint x="450" y="565" /></Array>
          </mxGeometry>
        </mxCell>
-         <mxCell id="44" value="cache" style="endArrow=classic;html=1;rounded=0;edgeStyle=orthogonalEdgeStyle;strokeColor=#9D174D;strokeWidth=1.5;fontSize=11;fontColor=#9D174D;labelBackgroundColor=#FFFFFF;jettySize=auto;orthogonalLoop=1;exitX=0;exitY=0.5;exitDx=0;exitDy=0;entryX=1;entryY=0.5;entryDx=0;entryDy=0;" edge="1" parent="1" source="25" target="24">
+         <mxCell id="42" value="cache" style="endArrow=classic;html=1;rounded=0;edgeStyle=orthogonalEdgeStyle;strokeColor=#9D174D;strokeWidth=1.5;fontSize=11;fontColor=#9D174D;labelBackgroundColor=#FFFFFF;jettySize=auto;orthogonalLoop=1;exitX=0;exitY=0.5;exitDx=0;exitDy=0;entryX=1;entryY=0.5;entryDx=0;entryDy=0;" edge="1" parent="1" source="24" target="23">
          <mxGeometry relative="1" as="geometry" />
        </mxCell>
-         <mxCell id="45" value="upload" style="endArrow=classic;html=1;rounded=0;edgeStyle=orthogonalEdgeStyle;strokeColor=#9D174D;strokeWidth=1.5;fontSize=11;fontColor=#9D174D;labelBackgroundColor=#FFFFFF;jettySize=auto;orthogonalLoop=1;exitX=1;exitY=0.5;exitDx=0;exitDy=0;entryX=0;entryY=0.5;entryDx=0;entryDy=0;" edge="1" parent="1" source="25" target="26">
+         <mxCell id="43" value="upload" style="endArrow=classic;html=1;rounded=0;edgeStyle=orthogonalEdgeStyle;strokeColor=#9D174D;strokeWidth=1.5;fontSize=11;fontColor=#9D174D;labelBackgroundColor=#FFFFFF;jettySize=auto;orthogonalLoop=1;exitX=1;exitY=0.5;exitDx=0;exitDy=0;entryX=0;entryY=0.5;entryDx=0;entryDy=0;" edge="1" parent="1" source="24" target="25">
          <mxGeometry relative="1" as="geometry" />
        </mxCell>
-         <mxCell id="46" value="subscribe" style="endArrow=classic;html=1;rounded=0;edgeStyle=orthogonalEdgeStyle;strokeColor=#9D174D;strokeWidth=1.5;fontSize=11;fontColor=#9D174D;labelBackgroundColor=#FFFFFF;jettySize=auto;orthogonalLoop=1;exitX=0.95;exitY=1;exitDx=0;exitDy=0;entryX=0.5;entryY=0;entryDx=0;entryDy=0;" edge="1" parent="1" source="17" target="27">
+         <mxCell id="44" value="subscribe" style="endArrow=classic;html=1;rounded=0;edgeStyle=orthogonalEdgeStyle;strokeColor=#9D174D;strokeWidth=1.5;fontSize=11;fontColor=#9D174D;labelBackgroundColor=#FFFFFF;jettySize=auto;orthogonalLoop=1;exitX=0.95;exitY=1;exitDx=0;exitDy=0;entryX=0.5;entryY=0;entryDx=0;entryDy=0;" edge="1" parent="1" source="16" target="26">
          <mxGeometry relative="1" as="geometry">
            <Array as="points"><mxPoint x="843" y="395" /><mxPoint x="1400" y="395" /><mxPoint x="1400" y="585" /></Array>
          </mxGeometry>
        </mxCell>
-         <mxCell id="47" value="HTTPS" style="endArrow=classic;html=1;rounded=0;edgeStyle=orthogonalEdgeStyle;strokeColor=#6B21A8;strokeWidth=1.5;fontSize=11;fontColor=#6B21A8;labelBackgroundColor=#FFFFFF;jettySize=auto;orthogonalLoop=1;exitX=0.5;exitY=1;exitDx=0;exitDy=0;entryX=0.5;entryY=0;entryDx=0;entryDy=0;" edge="1" parent="1" source="26" target="29">
+         <mxCell id="45" value="HTTPS" style="endArrow=classic;html=1;rounded=0;edgeStyle=orthogonalEdgeStyle;strokeColor=#6B21A8;strokeWidth=1.5;fontSize=11;fontColor=#6B21A8;labelBackgroundColor=#FFFFFF;jettySize=auto;orthogonalLoop=1;exitX=0.5;exitY=1;exitDx=0;exitDy=0;entryX=0.5;entryY=0;entryDx=0;entryDy=0;" edge="1" parent="1" source="25" target="28">
          <mxGeometry relative="1" as="geometry" />
        </mxCell>
-         <mxCell id="48" value="WSS" style="endArrow=classic;html=1;rounded=0;edgeStyle=orthogonalEdgeStyle;strokeColor=#6B21A8;strokeWidth=1.5;fontSize=11;fontColor=#6B21A8;labelBackgroundColor=#FFFFFF;jettySize=auto;orthogonalLoop=1;exitX=0.5;exitY=1;exitDx=0;exitDy=0;entryX=0.85;entryY=0;entryDx=0;entryDy=0;" edge="1" parent="1" source="27" target="29">
+         <mxCell id="46" value="WSS" style="endArrow=classic;html=1;rounded=0;edgeStyle=orthogonalEdgeStyle;strokeColor=#6B21A8;strokeWidth=1.5;fontSize=11;fontColor=#6B21A8;labelBackgroundColor=#FFFFFF;jettySize=auto;orthogonalLoop=1;exitX=0.5;exitY=1;exitDx=0;exitDy=0;entryX=0.85;entryY=0;entryDx=0;entryDy=0;" edge="1" parent="1" source="26" target="28">
          <mxGeometry relative="1" as="geometry" />
        </mxCell>
-         <mxCell id="49" value="OAuth" style="endArrow=classic;html=1;rounded=0;edgeStyle=orthogonalEdgeStyle;strokeColor=#6B21A8;strokeWidth=1.5;fontSize=11;fontColor=#6B21A8;labelBackgroundColor=#FFFFFF;jettySize=auto;orthogonalLoop=1;exitX=0;exitY=1;exitDx=0;exitDy=0;entryX=0;entryY=0;entryDx=0;entryDy=0;" edge="1" parent="1" source="16" target="28">
+         <mxCell id="47" value="OAuth" style="endArrow=classic;html=1;rounded=0;edgeStyle=orthogonalEdgeStyle;strokeColor=#6B21A8;strokeWidth=1.5;fontSize=11;fontColor=#6B21A8;labelBackgroundColor=#FFFFFF;jettySize=auto;orthogonalLoop=1;exitX=0;exitY=1;exitDx=0;exitDy=0;entryX=0;entryY=0;entryDx=0;entryDy=0;" edge="1" parent="1" source="15" target="27">
          <mxGeometry relative="1" as="geometry">
            <Array as="points"><mxPoint x="55" y="395" /><mxPoint x="55" y="735" /></Array>
          </mxGeometry>
        </mxCell>
      </root>
    </mxGraphModel>
  </diagram>
</mxfile>
